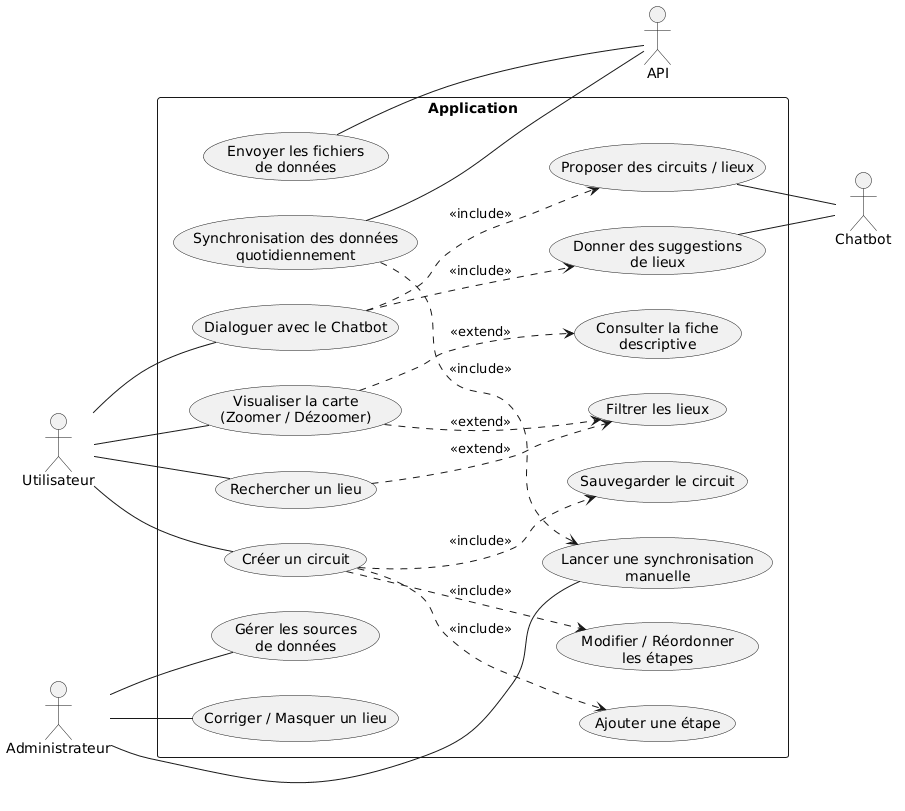
Before: docs/diagramme_casUtil.png, a diagram exported from PlantUML (ThomasDlpt/Artlas). The source it was exported from:
```plantuml
@startuml
left to right direction

actor "Utilisateur" as User
actor "Administrateur" as Admin
actor "API" as API
actor "Chatbot" as Chatbot

rectangle "Application" {
  usecase "Créer un circuit" as UC1
  usecase "Ajouter une étape" as UC2
  usecase "Modifier / Réordonner\nles étapes" as UC3
  usecase "Sauvegarder le circuit" as UC4
  usecase "Rechercher un lieu" as UC5
  usecase "Filtrer les lieux" as UC6
  usecase "Visualiser la carte\n(Zoomer / Dézoomer)" as UC7
  usecase "Consulter la fiche\ndescriptive" as UC8
  usecase "Dialoguer avec le Chatbot" as UC9
  usecase "Donner des suggestions\nde lieux" as UC10
  usecase "Proposer des circuits / lieux" as UC11
  usecase "Gérer les sources\nde données" as UC12
  usecase "Lancer une synchronisation\nmanuelle" as UC13
  usecase "Corriger / Masquer un lieu" as UC14
  usecase "Envoyer les fichiers\nde données" as UC15
  usecase "Synchronisation des données\nquotidiennement" as UC16
}

User -- UC1
User -- UC5
User -- UC7
User -- UC9
Admin -- UC12
Admin -- UC13
Admin -- UC14
UC10 -- Chatbot
UC11 -- Chatbot
UC16 -- API
UC15 -- API

UC1 ..> UC2 : <<include>>
UC1 ..> UC3 : <<include>>
UC1 ..> UC4 : <<include>>
UC9 ..> UC10 : <<include>>
UC9 ..> UC11 : <<include>>

UC5 ..> UC6 : <<extend>>
UC7 ..> UC6 : <<extend>>
UC7 ..> UC8 : <<extend>>

UC16 ..> UC13 : <<include>>
@enduml
```
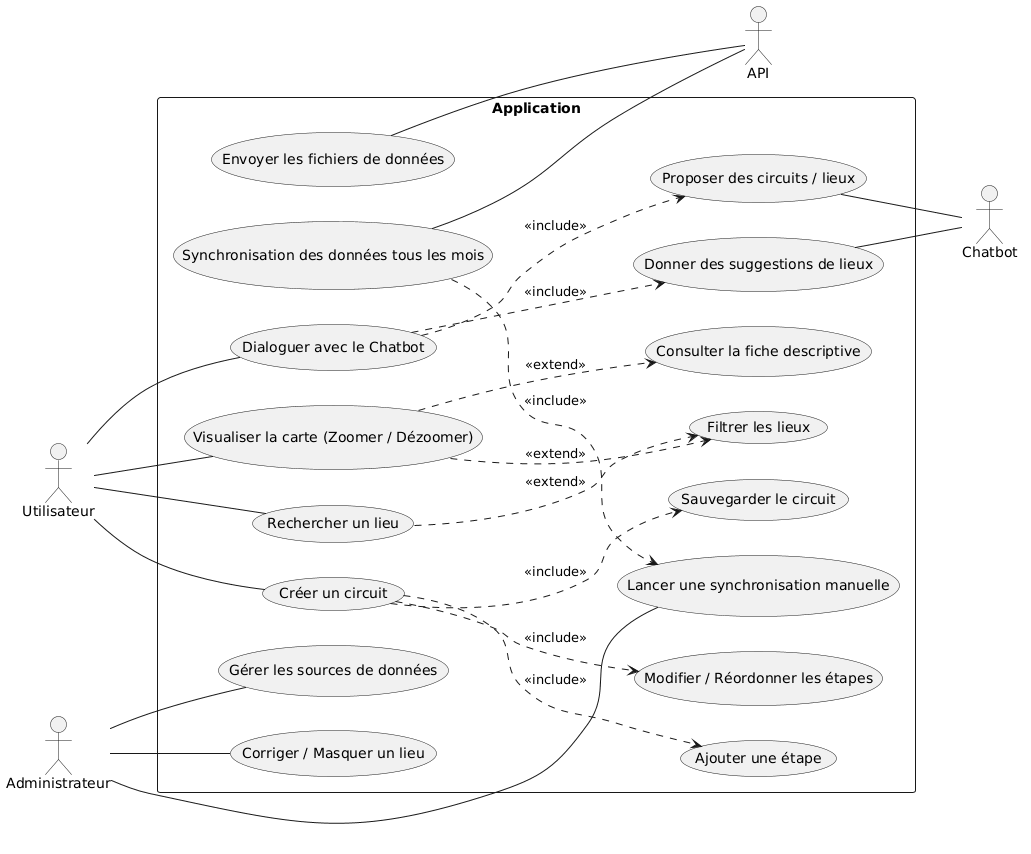
The same diagram one commit later.

Commit message:
correction diagramme cas util

Diff of the diagram source:
```diff
@@ -9,20 +9,20 @@
 rectangle "Application" {
   usecase "Créer un circuit" as UC1
   usecase "Ajouter une étape" as UC2
-  usecase "Modifier / Réordonner\nles étapes" as UC3
+  usecase "Modifier / Réordonner les étapes" as UC3
   usecase "Sauvegarder le circuit" as UC4
   usecase "Rechercher un lieu" as UC5
   usecase "Filtrer les lieux" as UC6
-  usecase "Visualiser la carte\n(Zoomer / Dézoomer)" as UC7
-  usecase "Consulter la fiche\ndescriptive" as UC8
+  usecase "Visualiser la carte (Zoomer / Dézoomer)" as UC7
+  usecase "Consulter la fiche descriptive" as UC8
   usecase "Dialoguer avec le Chatbot" as UC9
-  usecase "Donner des suggestions\nde lieux" as UC10
+  usecase "Donner des suggestions de lieux" as UC10
   usecase "Proposer des circuits / lieux" as UC11
-  usecase "Gérer les sources\nde données" as UC12
-  usecase "Lancer une synchronisation\nmanuelle" as UC13
+  usecase "Gérer les sources de données" as UC12
+  usecase "Lancer une synchronisation manuelle" as UC13
   usecase "Corriger / Masquer un lieu" as UC14
-  usecase "Envoyer les fichiers\nde données" as UC15
-  usecase "Synchronisation des données\nquotidiennement" as UC16
+  usecase "Envoyer les fichiers de données" as UC15
+  usecase "Synchronisation des données tous les mois" as UC16
 }
 
 User -- UC1
```
